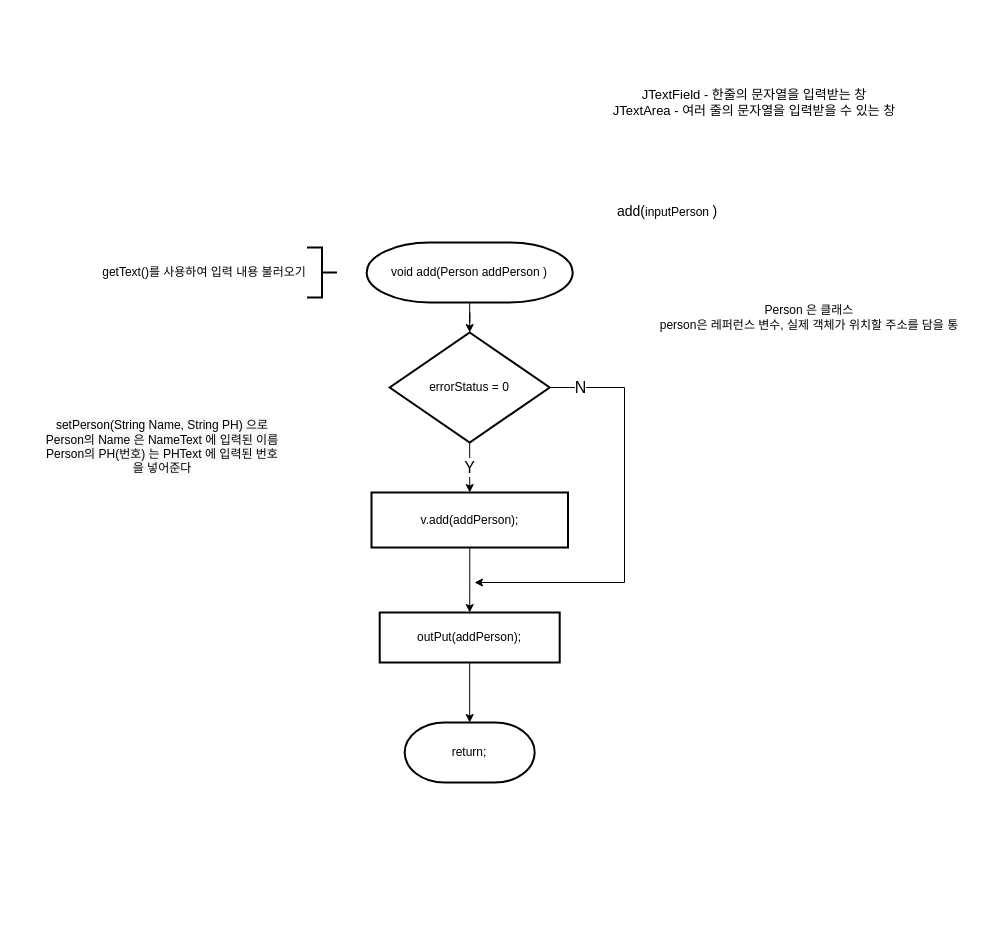
Earlier version of the draw.io diagram 순서도/Add 기능 순서도_java.drawio (skatld123/PH_list_java). Source tidied: cells renumbered, new cells numbered last; positions are measured from the earlier drawing's top-left corner, leaving out a move shared by most shapes. Both pictures are drawn from the tidied source at 100%, with x=0, y=0 at pixel (17, 52).
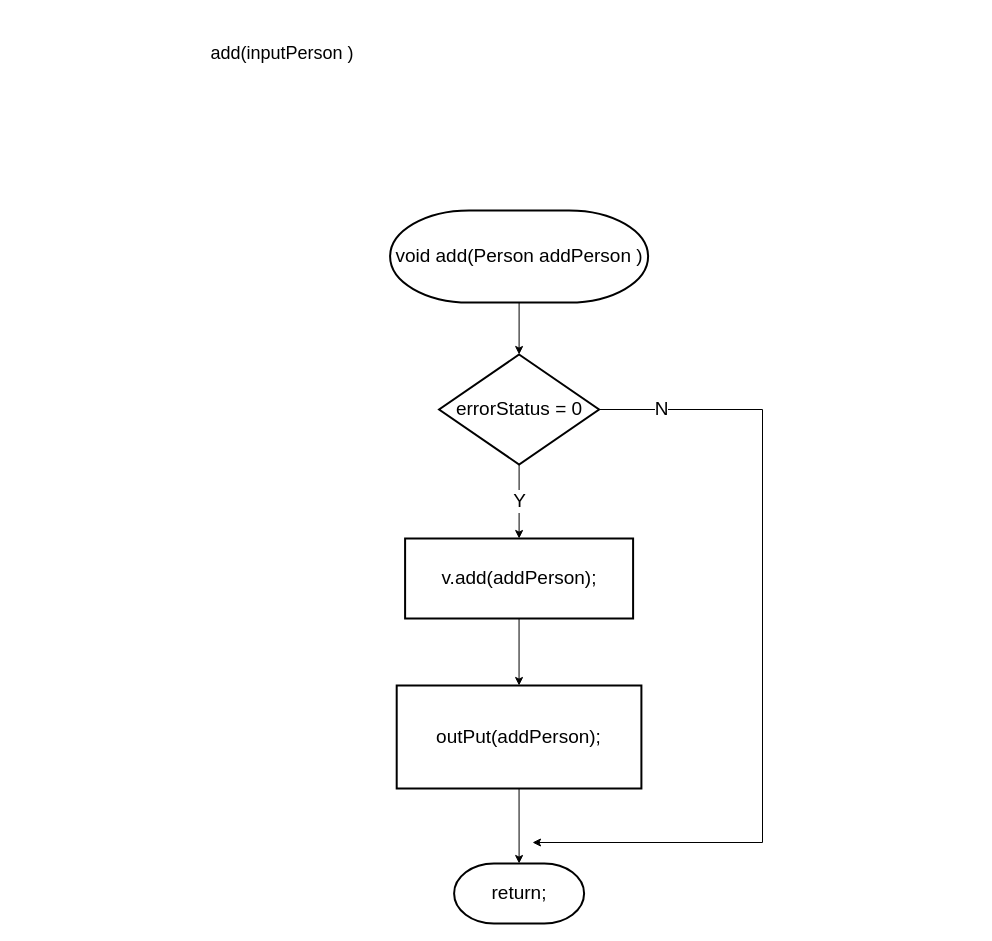
Above is the later version.

Commit message:
Add 기능 순서도_java.drawio 업데이트

What changed in the source:
```diff
@@
 <mxGraphModel>
   <root>
     <mxCell id="0" />
     <mxCell id="1" parent="0" />
-    <mxCell id="2" style="edgeStyle=orthogonalEdgeStyle;rounded=0;jettySize=auto;html=1;fontSize=16;" parent="1" edge="1" source="3" target="17">
+    <mxCell id="2" style="edgeStyle=orthogonalEdgeStyle;rounded=0;jettySize=auto;html=1;fontSize=19;" parent="1" edge="1" source="3" target="17">
       <mxGeometry relative="1" as="geometry" />
     </mxCell>
-    <mxCell id="3" value="&lt;span style=&quot;text-align: left&quot;&gt;void add(Person addPerson )&lt;/span&gt;" style="strokeWidth=2;html=1;shape=mxgraph.flowchart.terminator;whiteSpace=wrap;" parent="1" vertex="1">
-      <mxGeometry x="349.2" y="190" width="206" height="60" as="geometry" />
+    <mxCell id="3" value="&lt;span style=&quot;text-align: left; font-size: 19px;&quot;&gt;void add(Person addPerson )&lt;/span&gt;" style="strokeWidth=2;html=1;shape=mxgraph.flowchart.terminator;whiteSpace=wrap;fontSize=19;" parent="1" vertex="1">
+      <mxGeometry x="372.6" y="158" width="258" height="92" as="geometry" />
     </mxCell>
-    <mxCell id="4" value="return;" style="strokeWidth=2;html=1;shape=mxgraph.flowchart.terminator;whiteSpace=wrap;" parent="1" vertex="1">
-      <mxGeometry x="387.2" y="670" width="130" height="60" as="geometry" />
+    <mxCell id="4" value="return;" style="strokeWidth=2;html=1;shape=mxgraph.flowchart.terminator;whiteSpace=wrap;fontSize=19;" parent="1" vertex="1">
+      <mxGeometry x="436.6" y="811" width="130" height="60" as="geometry" />
     </mxCell>
-    <mxCell id="5" style="edgeStyle=orthogonalEdgeStyle;rounded=0;jettySize=auto;html=1;exitX=0.5;exitY=1;exitDx=0;exitDy=0;entryX=0.5;entryY=0;entryDx=0;entryDy=0;entryPerimeter=0;fontSize=13;" parent="1" edge="1" source="6" target="4">
+    <mxCell id="5" style="edgeStyle=orthogonalEdgeStyle;rounded=0;jettySize=auto;html=1;exitX=0.5;exitY=1;exitDx=0;exitDy=0;entryX=0.5;entryY=0;entryDx=0;entryDy=0;entryPerimeter=0;fontSize=19;" parent="1" edge="1" source="6" target="4">
       <mxGeometry relative="1" as="geometry" />
     </mxCell>
-    <mxCell id="6" value="outPut(addPerson);" style="rounded=1;whiteSpace=wrap;html=1;absoluteArcSize=1;arcSize=0;strokeWidth=2;" parent="1" vertex="1">
-      <mxGeometry x="362.2" y="560" width="180" height="50" as="geometry" />
+    <mxCell id="6" value="outPut(addPerson);" style="rounded=1;whiteSpace=wrap;html=1;absoluteArcSize=1;arcSize=0;strokeWidth=2;fontSize=19;" parent="1" vertex="1">
+      <mxGeometry x="379.2" y="633" width="244.7" height="103" as="geometry" />
     </mxCell>
-    <mxCell id="7" value="Person 은 클래스&lt;br&gt;person은 레퍼런스 변수, 실제 객체가 위치할 주소를 담을 통" style="text;html=1;strokeColor=none;fillColor=none;align=center;verticalAlign=middle;whiteSpace=wrap;rounded=0;" parent="1" vertex="1">
-      <mxGeometry x="627" y="210" width="330" height="110" as="geometry" />
-    </mxCell>
-    <mxCell id="8" style="edgeStyle=orthogonalEdgeStyle;rounded=0;jettySize=auto;html=1;entryX=0.5;entryY=0;entryDx=0;entryDy=0;fontSize=14;" parent="1" edge="1" source="9" target="6">
+    <mxCell id="8" style="edgeStyle=orthogonalEdgeStyle;rounded=0;jettySize=auto;html=1;entryX=0.5;entryY=0;entryDx=0;entryDy=0;fontSize=19;" parent="1" edge="1" source="9" target="6">
       <mxGeometry relative="1" as="geometry" />
     </mxCell>
-    <mxCell id="9" value="&lt;p style=&quot;line-height: 140%&quot;&gt;&lt;span&gt;v.add(&lt;/span&gt;&lt;span style=&quot;font-family: &amp;#34;helvetica&amp;#34;&quot;&gt;addPerson&lt;/span&gt;&lt;span&gt;);&lt;/span&gt;&lt;br&gt;&lt;/p&gt;" style="rounded=1;whiteSpace=wrap;html=1;absoluteArcSize=1;arcSize=0;strokeWidth=2;align=center;" parent="1" vertex="1">
-      <mxGeometry x="354" y="440" width="196.5" height="55" as="geometry" />
+    <mxCell id="9" value="&lt;p style=&quot;line-height: 140%; font-size: 19px;&quot;&gt;&lt;span style=&quot;font-size: 19px;&quot;&gt;v.add(&lt;/span&gt;&lt;span style=&quot;font-family: helvetica; font-size: 19px;&quot;&gt;addPerson&lt;/span&gt;&lt;span style=&quot;font-size: 19px;&quot;&gt;);&lt;/span&gt;&lt;br style=&quot;font-size: 19px;&quot;&gt;&lt;/p&gt;" style="rounded=1;whiteSpace=wrap;html=1;absoluteArcSize=1;arcSize=0;strokeWidth=2;align=center;fontSize=19;" parent="1" vertex="1">
+      <mxGeometry x="387.6" y="486" width="228" height="80" as="geometry" />
     </mxCell>
-    <mxCell id="10" value="getText()를 사용하여 입력 내용 불러오기" style="text;html=1;strokeColor=none;fillColor=none;align=center;verticalAlign=middle;whiteSpace=wrap;rounded=0;" parent="1" vertex="1">
-      <mxGeometry x="77" y="175" width="220" height="90" as="geometry" />
-    </mxCell>
-    <mxCell id="11" value="&lt;br&gt;&lt;br&gt;&lt;span style=&quot;color: rgb(0 , 0 , 0) ; font-family: &amp;#34;helvetica&amp;#34; ; font-size: 12px ; font-style: normal ; font-weight: 400 ; letter-spacing: normal ; text-indent: 0px ; text-transform: none ; word-spacing: 0px ; background-color: rgb(248 , 249 , 250) ; text-align: left&quot;&gt;setPerson(String Name, String PH) 으로&lt;br&gt;Person의 Name 은&amp;nbsp;&lt;/span&gt;&lt;span style=&quot;color: rgb(0 , 0 , 0) ; font-family: &amp;#34;helvetica&amp;#34; ; font-size: 12px ; font-style: normal ; font-weight: 400 ; letter-spacing: normal ; text-align: center ; text-indent: 0px ; text-transform: none ; word-spacing: 0px ; background-color: rgb(248 , 249 , 250) ; display: inline ; float: none&quot;&gt;NameText 에 입력된 이름&lt;/span&gt;&lt;br style=&quot;color: rgb(0 , 0 , 0) ; font-family: &amp;#34;helvetica&amp;#34; ; font-size: 12px ; font-style: normal ; font-weight: 400 ; letter-spacing: normal ; text-align: center ; text-indent: 0px ; text-transform: none ; word-spacing: 0px ; background-color: rgb(248 , 249 , 250)&quot;&gt;&lt;span style=&quot;color: rgb(0 , 0 , 0) ; font-family: &amp;#34;helvetica&amp;#34; ; font-size: 12px ; font-style: normal ; font-weight: 400 ; letter-spacing: normal ; text-indent: 0px ; text-transform: none ; word-spacing: 0px ; background-color: rgb(248 , 249 , 250) ; text-align: left&quot;&gt;Person의 PH(번호) 는&amp;nbsp;&lt;/span&gt;&lt;span style=&quot;color: rgb(0 , 0 , 0) ; font-family: &amp;#34;helvetica&amp;#34; ; font-size: 12px ; font-style: normal ; font-weight: 400 ; letter-spacing: normal ; text-align: center ; text-indent: 0px ; text-transform: none ; word-spacing: 0px ; background-color: rgb(248 , 249 , 250) ; display: inline ; float: none&quot;&gt;PHText 에 입력된 번호&lt;/span&gt;&lt;br style=&quot;color: rgb(0 , 0 , 0) ; font-family: &amp;#34;helvetica&amp;#34; ; font-size: 12px ; font-style: normal ; font-weight: 400 ; letter-spacing: normal ; text-align: center ; text-indent: 0px ; text-transform: none ; word-spacing: 0px ; background-color: rgb(248 , 249 , 250)&quot;&gt;&lt;span style=&quot;color: rgb(0 , 0 , 0) ; font-family: &amp;#34;helvetica&amp;#34; ; font-size: 12px ; font-style: normal ; font-weight: 400 ; letter-spacing: normal ; text-indent: 0px ; text-transform: none ; word-spacing: 0px ; background-color: rgb(248 , 249 , 250) ; text-align: left&quot;&gt;을 넣어준다&lt;/span&gt;" style="text;html=1;strokeColor=none;fillColor=none;align=center;verticalAlign=middle;whiteSpace=wrap;rounded=0;" parent="1" vertex="1">
-      <mxGeometry x="-0.5" y="300" width="290" height="160" as="geometry" />
-    </mxCell>
-    <mxCell id="12" value="JTextField - 한줄의 문자열을 입력받는 창&lt;br style=&quot;font-size: 13px;&quot;&gt;JTextArea - 여러 줄의 문자열을 입력받을 수 있는 창" style="text;html=1;strokeColor=none;fillColor=none;align=center;verticalAlign=middle;whiteSpace=wrap;rounded=0;fontSize=13;" parent="1" vertex="1">
-      <mxGeometry x="537" width="400" height="100" as="geometry" />
-    </mxCell>
-    <mxCell id="13" style="strokeWidth=2;html=1;shape=mxgraph.flowchart.annotation_2;align=left;labelPosition=right;fontSize=14;direction=west;" parent="1" vertex="1">
-      <mxGeometry x="289.5" y="195" width="30" height="50" as="geometry" />
-    </mxCell>
-    <mxCell id="14" value="&amp;nbsp;&lt;br&gt;add(&lt;span style=&quot;font-size: 12px&quot;&gt;inputPerson&amp;nbsp;&lt;/span&gt;)" style="text;html=1;strokeColor=none;fillColor=none;align=center;verticalAlign=middle;whiteSpace=wrap;rounded=0;fontSize=14;" parent="1" vertex="1">
-      <mxGeometry x="560" y="125" width="180" height="50" as="geometry" />
+    <mxCell id="14" value="&amp;nbsp;&lt;br style=&quot;font-size: 18px;&quot;&gt;add(&lt;span style=&quot;font-size: 18px;&quot;&gt;inputPerson&amp;nbsp;&lt;/span&gt;)" style="text;html=1;strokeColor=none;fillColor=none;align=center;verticalAlign=middle;whiteSpace=wrap;rounded=0;fontSize=18;" parent="1" vertex="1">
+      <mxGeometry x="175" y="-35" width="180" height="50" as="geometry" />
     </mxCell>
-    <mxCell id="15" value="Y" style="edgeStyle=orthogonalEdgeStyle;rounded=0;jettySize=auto;html=1;entryX=0.5;entryY=0;entryDx=0;entryDy=0;fontSize=16;" parent="1" edge="1" source="17" target="9">
+    <mxCell id="15" value="Y" style="edgeStyle=orthogonalEdgeStyle;rounded=0;jettySize=auto;html=1;entryX=0.5;entryY=0;entryDx=0;entryDy=0;fontSize=19;exitX=0.5;exitY=1;exitDx=0;exitDy=0;exitPerimeter=0;" parent="1" edge="1" source="17" target="9">
       <mxGeometry relative="1" as="geometry" />
     </mxCell>
-    <mxCell id="16" value="N" style="edgeStyle=orthogonalEdgeStyle;rounded=0;jettySize=auto;html=1;exitX=1;exitY=0.5;exitDx=0;exitDy=0;exitPerimeter=0;fontSize=16;" parent="1" edge="1" source="17">
+    <mxCell id="16" value="N" style="edgeStyle=orthogonalEdgeStyle;rounded=0;jettySize=auto;html=1;exitX=1;exitY=0.5;exitDx=0;exitDy=0;exitPerimeter=0;fontSize=19;" parent="1" edge="1" source="17">
       <mxGeometry x="-0.85" relative="1" as="geometry">
-        <mxPoint x="457" y="530" as="targetPoint" />
+        <mxPoint x="515" y="790" as="targetPoint" />
         <Array as="points">
-          <mxPoint x="607" y="335" />
-          <mxPoint x="607" y="530" />
+          <mxPoint x="745" y="357" />
+          <mxPoint x="745" y="790" />
         </Array>
       </mxGeometry>
     </mxCell>
-    <mxCell id="17" value="errorStatus = 0" style="strokeWidth=2;html=1;shape=mxgraph.flowchart.decision;whiteSpace=wrap;" parent="1" vertex="1">
-      <mxGeometry x="372.2" y="280" width="160" height="110" as="geometry" />
+    <mxCell id="17" value="errorStatus = 0" style="strokeWidth=2;html=1;shape=mxgraph.flowchart.decision;whiteSpace=wrap;fontSize=19;" parent="1" vertex="1">
+      <mxGeometry x="421.6" y="302" width="160" height="110" as="geometry" />
     </mxCell>
   </root>
 </mxGraphModel>
```
